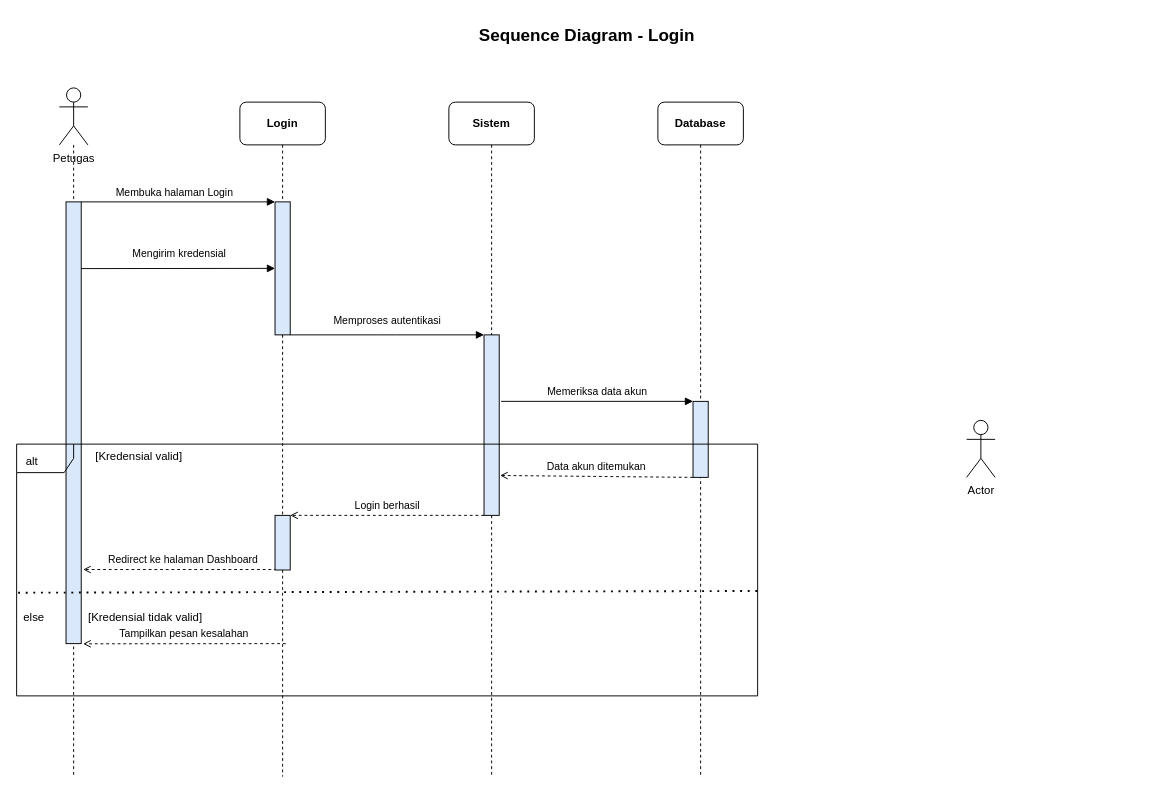
Earlier version of the draw.io diagram page "login" (1 of 11) of diagram/sequence_diagram/sequence_rad_revised_v2.drawio (gdamar/laporan-ekinerja). Source tidied: cells renumbered, new cells numbered last; positions are measured from the earlier drawing's top-left corner, leaving out a move shared by most shapes. Both pictures are drawn from the tidied source at 95%, with x=0, y=0 at pixel (16, 16).
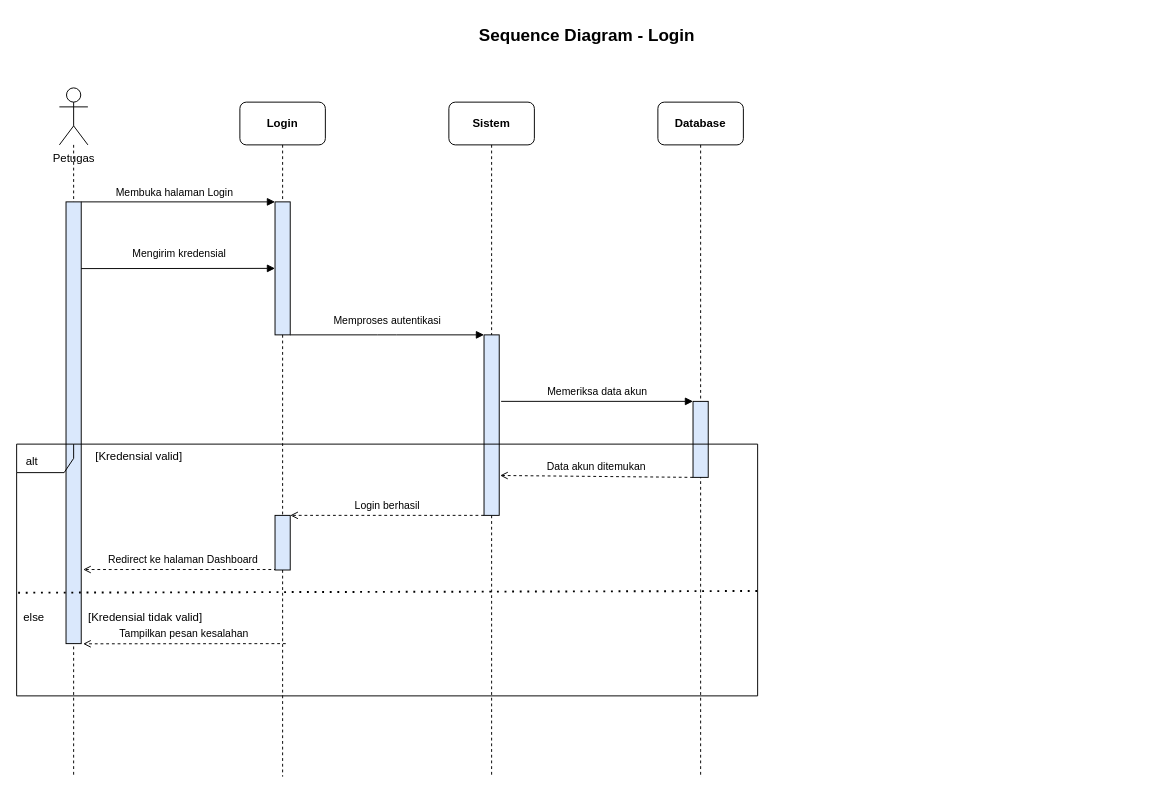
The same diagram, later.

What changed in the source:
```diff
@@
-    <mxCell id="31" value="Actor" style="shape=umlActor;verticalLabelPosition=bottom;verticalAlign=top;html=1;labelPerimeter=1;" parent="1" vertex="1">
-      <mxGeometry x="1000" y="425" width="30" height="60" as="geometry" />
-    </mxCell>
```
